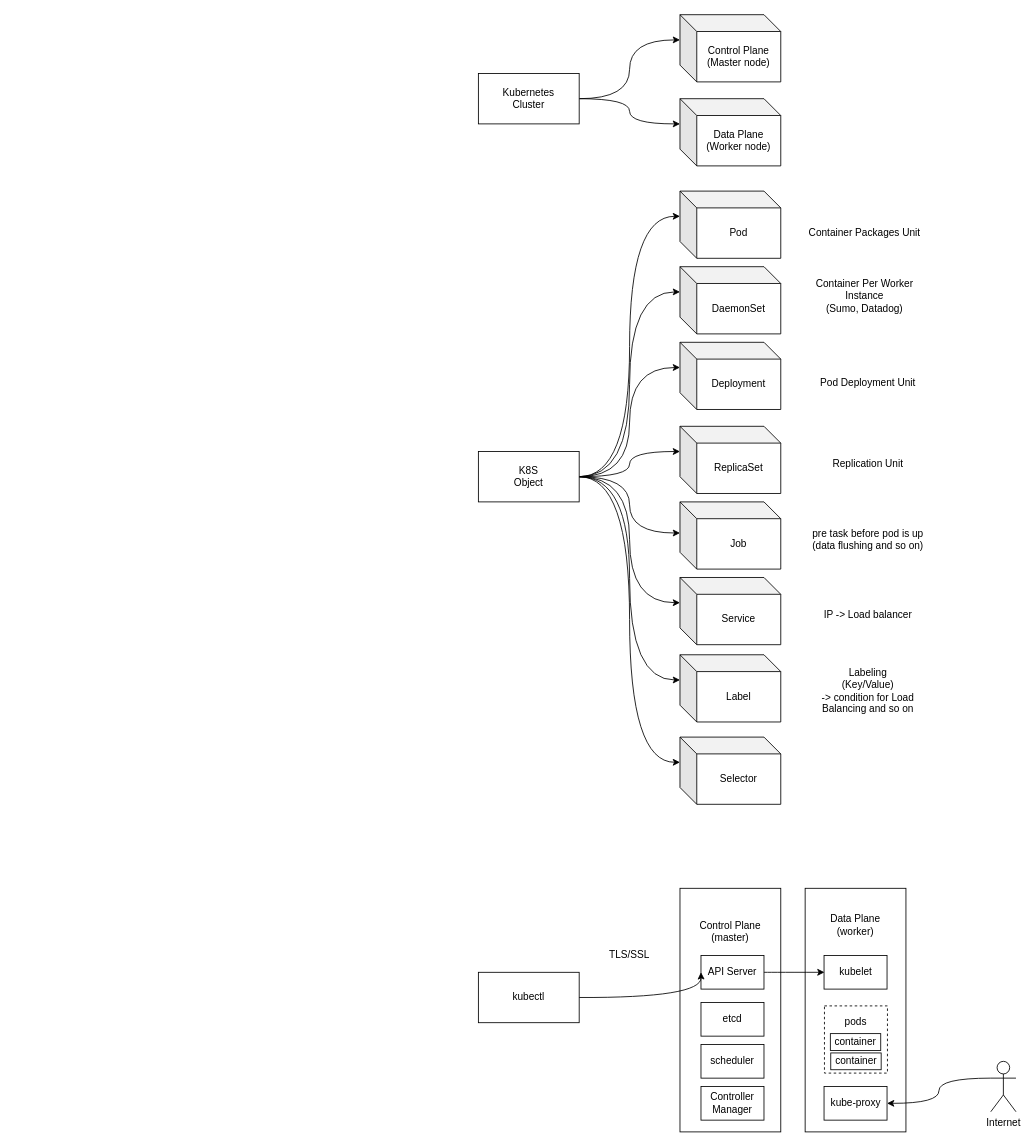
Before: Kubernetes.drawio in rpkim/software-tree, a draw.io diagram. Source tidied: cells renumbered, new cells numbered last; positions are measured from the earlier drawing's top-left corner, leaving out a move shared by most shapes. Both pictures are drawn from the tidied source at 84%, with x=0, y=0 at pixel (478, 14).
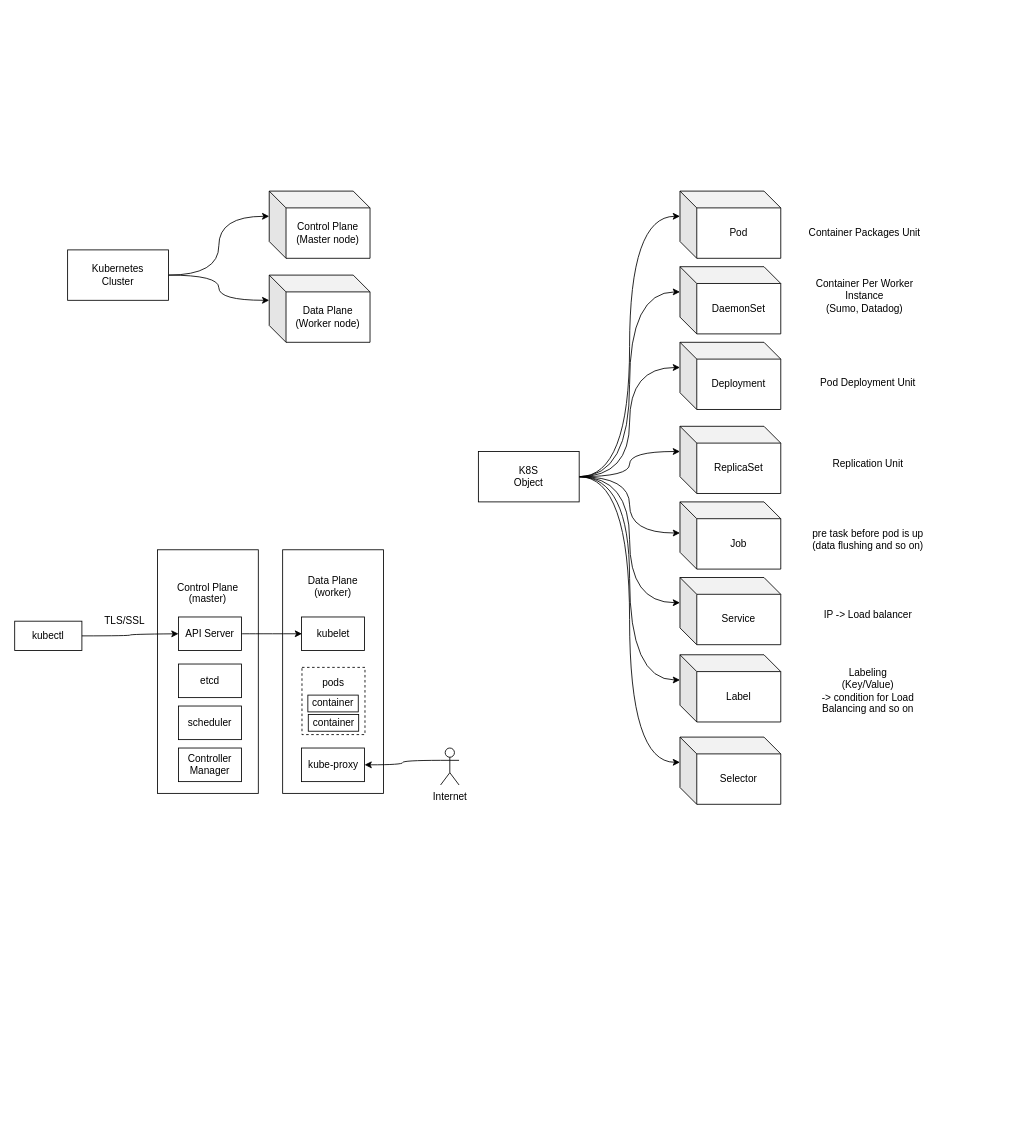
Above is the later version.

Commit message:
update the kubernetes tree

Diff of the diagram source:
```diff
@@
     <mxCell id="4" value="Kubernetes&lt;br&gt;Cluster" style="rounded=0;whiteSpace=wrap;html=1;" parent="1" vertex="1">
-      <mxGeometry y="70" width="120" height="60" as="geometry" />
+      <mxGeometry x="-489" y="280" width="120" height="60" as="geometry" />
     </mxCell>
     <mxCell id="5" value="Control Plane&lt;br&gt;(Master node)" style="shape=cube;whiteSpace=wrap;html=1;boundedLbl=1;backgroundOutline=1;darkOpacity=0.05;darkOpacity2=0.1;" parent="1" vertex="1">
-      <mxGeometry x="240" width="120" height="80" as="geometry" />
+      <mxGeometry x="-249" y="210" width="120" height="80" as="geometry" />
     </mxCell>
     <mxCell id="6" value="Data Plane&lt;br&gt;(Worker node)" style="shape=cube;whiteSpace=wrap;html=1;boundedLbl=1;backgroundOutline=1;darkOpacity=0.05;darkOpacity2=0.1;" parent="1" vertex="1">
-      <mxGeometry x="240" y="100" width="120" height="80" as="geometry" />
+      <mxGeometry x="-249" y="310" width="120" height="80" as="geometry" />
     </mxCell>
@@
+    <mxCell id="48" style="group;" parent="1" vertex="1">
+      <mxGeometry x="-552" y="637" width="529" height="290" as="geometry" />
+    </mxCell>
-    <mxCell id="31" value="kubectl" style="rounded=0;whiteSpace=wrap;html=1;" parent="1" vertex="1">
-      <mxGeometry y="1140" width="120" height="60" as="geometry" />
+    <mxCell id="31" value="kubectl" style="rounded=0;whiteSpace=wrap;html=1;" parent="48" vertex="1">
+      <mxGeometry y="85" width="80" height="35" as="geometry" />
     </mxCell>
-    <mxCell id="32" value="Control Plane&lt;br&gt;(master)&lt;br&gt;&lt;br&gt;&lt;br&gt;&lt;br&gt;&lt;br&gt;&lt;br&gt;&lt;br&gt;&lt;br&gt;&lt;br&gt;&lt;br&gt;&lt;br&gt;&lt;br&gt;&lt;br&gt;&lt;br&gt;" style="rounded=0;whiteSpace=wrap;html=1;" parent="1" vertex="1">
-      <mxGeometry x="240" y="1040" width="120" height="290" as="geometry" />
+    <mxCell id="32" value="Control Plane&lt;br&gt;(master)&lt;br&gt;&lt;br&gt;&lt;br&gt;&lt;br&gt;&lt;br&gt;&lt;br&gt;&lt;br&gt;&lt;br&gt;&lt;br&gt;&lt;br&gt;&lt;br&gt;&lt;br&gt;&lt;br&gt;&lt;br&gt;" style="rounded=0;whiteSpace=wrap;html=1;" parent="48" vertex="1">
+      <mxGeometry x="170" width="120" height="290" as="geometry" />
     </mxCell>
-    <mxCell id="33" value="API Server" style="rounded=0;whiteSpace=wrap;html=1;" parent="1" vertex="1">
-      <mxGeometry x="265" y="1120" width="75" height="40" as="geometry" />
+    <mxCell id="33" value="API Server" style="rounded=0;whiteSpace=wrap;html=1;" parent="48" vertex="1">
+      <mxGeometry x="195" y="80" width="75" height="40" as="geometry" />
     </mxCell>
-    <mxCell id="34" value="TLS/SSL" style="text;html=1;strokeColor=none;fillColor=none;align=center;verticalAlign=middle;whiteSpace=wrap;rounded=0;" parent="1" vertex="1">
-      <mxGeometry x="160" y="1110" width="40" height="20" as="geometry" />
+    <mxCell id="34" value="TLS/SSL" style="text;html=1;strokeColor=none;fillColor=none;align=center;verticalAlign=middle;whiteSpace=wrap;rounded=0;" parent="48" vertex="1">
+      <mxGeometry x="111" y="75" width="40" height="20" as="geometry" />
     </mxCell>
-    <mxCell id="35" value="Data Plane&lt;br&gt;(worker)&lt;br&gt;&lt;br&gt;&lt;br&gt;&lt;br&gt;&lt;br&gt;&lt;br&gt;&lt;br&gt;&lt;br&gt;&lt;br&gt;&lt;br&gt;&lt;br&gt;&lt;br&gt;&lt;br&gt;&lt;br&gt;&lt;br&gt;" style="rounded=0;whiteSpace=wrap;html=1;" parent="1" vertex="1">
-      <mxGeometry x="389" y="1040" width="120" height="290" as="geometry" />
+    <mxCell id="35" value="Data Plane&lt;br&gt;(worker)&lt;br&gt;&lt;br&gt;&lt;br&gt;&lt;br&gt;&lt;br&gt;&lt;br&gt;&lt;br&gt;&lt;br&gt;&lt;br&gt;&lt;br&gt;&lt;br&gt;&lt;br&gt;&lt;br&gt;&lt;br&gt;&lt;br&gt;" style="rounded=0;whiteSpace=wrap;html=1;" parent="48" vertex="1">
+      <mxGeometry x="319" width="120" height="290" as="geometry" />
     </mxCell>
-    <mxCell id="36" value="kubelet" style="rounded=0;whiteSpace=wrap;html=1;" parent="1" vertex="1">
-      <mxGeometry x="411.5" y="1120" width="75" height="40" as="geometry" />
+    <mxCell id="36" value="kubelet" style="rounded=0;whiteSpace=wrap;html=1;" parent="48" vertex="1">
+      <mxGeometry x="341.5" y="80" width="75" height="40" as="geometry" />
     </mxCell>
-    <mxCell id="37" style="edgeStyle=orthogonalEdgeStyle;curved=1;rounded=0;orthogonalLoop=1;jettySize=auto;html=1;exitX=1;exitY=0.5;exitDx=0;exitDy=0;entryX=0;entryY=0.5;entryDx=0;entryDy=0;" parent="1" edge="1">
+    <mxCell id="37" style="edgeStyle=orthogonalEdgeStyle;curved=1;rounded=0;orthogonalLoop=1;jettySize=auto;html=1;exitX=1;exitY=0.5;exitDx=0;exitDy=0;entryX=0;entryY=0.5;entryDx=0;entryDy=0;" parent="48" edge="1">
       <mxGeometry relative="1" as="geometry">
-        <mxPoint x="340" y="1140" as="sourcePoint" />
-        <mxPoint x="412" y="1140" as="targetPoint" />
+        <mxPoint x="270" y="100" as="sourcePoint" />
+        <mxPoint x="342" y="100" as="targetPoint" />
       </mxGeometry>
     </mxCell>
-    <mxCell id="38" style="edgeStyle=orthogonalEdgeStyle;curved=1;rounded=0;orthogonalLoop=1;jettySize=auto;html=1;exitX=1;exitY=0.5;exitDx=0;exitDy=0;entryX=0;entryY=0.5;entryDx=0;entryDy=0;" parent="1" edge="1">
+    <mxCell id="38" style="edgeStyle=orthogonalEdgeStyle;curved=1;rounded=0;jettySize=auto;html=1;exitX=1;exitY=0.5;exitDx=0;exitDy=0;entryX=0;entryY=0.5;entryDx=0;entryDy=0;" parent="48" edge="1" source="31">
       <mxGeometry relative="1" as="geometry">
-        <mxPoint x="120" y="1170" as="sourcePoint" />
-        <mxPoint x="265" y="1140" as="targetPoint" />
+        <mxPoint x="195" y="100" as="targetPoint" />
       </mxGeometry>
     </mxCell>
-    <mxCell id="39" value="etcd" style="rounded=0;whiteSpace=wrap;html=1;" parent="1" vertex="1">
-      <mxGeometry x="265" y="1176" width="75" height="40" as="geometry" />
+    <mxCell id="39" value="etcd" style="rounded=0;whiteSpace=wrap;html=1;" parent="48" vertex="1">
+      <mxGeometry x="195" y="136" width="75" height="40" as="geometry" />
     </mxCell>
-    <mxCell id="40" value="scheduler" style="rounded=0;whiteSpace=wrap;html=1;" parent="1" vertex="1">
-      <mxGeometry x="265" y="1226" width="75" height="40" as="geometry" />
+    <mxCell id="40" value="scheduler" style="rounded=0;whiteSpace=wrap;html=1;" parent="48" vertex="1">
+      <mxGeometry x="195" y="186" width="75" height="40" as="geometry" />
     </mxCell>
-    <mxCell id="41" value="Controller&lt;br&gt;Manager" style="rounded=0;whiteSpace=wrap;html=1;" parent="1" vertex="1">
-      <mxGeometry x="265" y="1276" width="75" height="40" as="geometry" />
+    <mxCell id="41" value="Controller&lt;br&gt;Manager" style="rounded=0;whiteSpace=wrap;html=1;" parent="48" vertex="1">
+      <mxGeometry x="195" y="236" width="75" height="40" as="geometry" />
     </mxCell>
-    <mxCell id="42" value="kube-proxy" style="rounded=0;whiteSpace=wrap;html=1;" parent="1" vertex="1">
-      <mxGeometry x="411.5" y="1276" width="75" height="40" as="geometry" />
+    <mxCell id="42" value="kube-proxy" style="rounded=0;whiteSpace=wrap;html=1;" parent="48" vertex="1">
+      <mxGeometry x="341.5" y="236" width="75" height="40" as="geometry" />
     </mxCell>
-    <mxCell id="43" style="edgeStyle=orthogonalEdgeStyle;curved=1;rounded=0;jettySize=auto;html=1;exitX=0;exitY=0.3333333333333333;exitDx=0;exitDy=0;exitPerimeter=0;entryX=1;entryY=0.5;entryDx=0;entryDy=0;" parent="1" edge="1" source="44" target="42">
+    <mxCell id="43" style="edgeStyle=orthogonalEdgeStyle;curved=1;rounded=0;jettySize=auto;html=1;exitX=0;exitY=0.3333333333333333;exitDx=0;exitDy=0;exitPerimeter=0;entryX=1;entryY=0.5;entryDx=0;entryDy=0;" parent="48" edge="1" source="44" target="42">
       <mxGeometry relative="1" as="geometry" />
     </mxCell>
-    <mxCell id="44" value="Internet" style="shape=umlActor;verticalLabelPosition=bottom;labelBackgroundColor=#ffffff;verticalAlign=top;html=1;outlineConnect=0;" parent="1" vertex="1">
-      <mxGeometry x="610" y="1246" width="30" height="60" as="geometry" />
+    <mxCell id="44" value="Internet" style="shape=umlActor;verticalLabelPosition=bottom;labelBackgroundColor=#ffffff;verticalAlign=top;html=1;outlineConnect=0;" parent="48" vertex="1">
+      <mxGeometry x="507" y="236" width="22" height="44" as="geometry" />
     </mxCell>
-    <mxCell id="45" value="pods&lt;br&gt;&lt;br&gt;&lt;br&gt;&lt;br&gt;" style="rounded=0;whiteSpace=wrap;html=1;dashed=1;" parent="1" vertex="1">
-      <mxGeometry x="412" y="1180" width="75" height="80" as="geometry" />
+    <mxCell id="45" value="pods&lt;br&gt;&lt;br&gt;&lt;br&gt;&lt;br&gt;" style="rounded=0;whiteSpace=wrap;html=1;dashed=1;" parent="48" vertex="1">
+      <mxGeometry x="342" y="140" width="75" height="80" as="geometry" />
     </mxCell>
-    <mxCell id="46" value="container" style="rounded=0;whiteSpace=wrap;html=1;" parent="1" vertex="1">
-      <mxGeometry x="419" y="1213" width="60" height="20" as="geometry" />
+    <mxCell id="46" value="container" style="rounded=0;whiteSpace=wrap;html=1;" parent="48" vertex="1">
+      <mxGeometry x="349" y="173" width="60" height="20" as="geometry" />
     </mxCell>
-    <mxCell id="47" value="container" style="rounded=0;whiteSpace=wrap;html=1;" parent="1" vertex="1">
-      <mxGeometry x="419.5" y="1236" width="60" height="20" as="geometry" />
+    <mxCell id="47" value="container" style="rounded=0;whiteSpace=wrap;html=1;" parent="48" vertex="1">
+      <mxGeometry x="349.5" y="196" width="60" height="20" as="geometry" />
     </mxCell>
```
